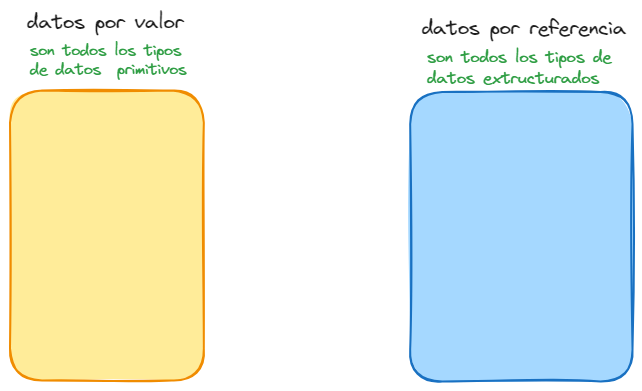
This is tipos_datos_estructurados/.excalidraw.png from MIGUEL12344/curso_python, a Excalidraw export, as it was before one commit. Source tidied: one line per element, renumbered; positions are measured from the earlier drawing's top-left corner, leaving out a move shared by most shapes.
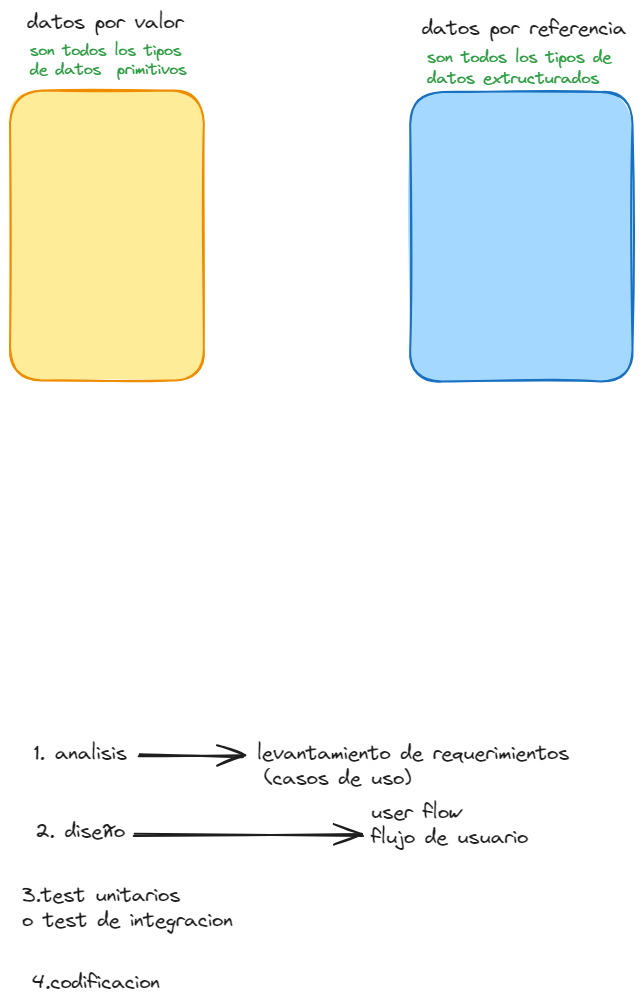
Above is the later version.

Change to the diagram source:
```diff
@@ -4,3 +4,10 @@
 {"id": 3, "type": "rectangle", "strokeColor": "#1971c2", "backgroundColor": "#a5d8ff", "fillStyle": "solid", "strokeWidth": 2, "roughness": 1, "round": true, "x": 400, "y": 82, "width": 222, "height": 289}
 {"id": 4, "type": "text", "text": "son todos los tipos \nde datos  primitivos", "strokeColor": "#2f9e44", "backgroundColor": "#a5d8ff", "fillStyle": "solid", "strokeWidth": 2, "roughness": 1, "fontSize": 15.84, "fontFamily": 1, "x": 20, "y": 31, "width": 160, "height": 40}
 {"id": 5, "type": "text", "text": "son todos los tipos de \ndatos extructurados", "strokeColor": "#2f9e44", "backgroundColor": "#a5d8ff", "fillStyle": "solid", "strokeWidth": 2, "roughness": 1, "fontSize": 16.46, "fontFamily": 1, "x": 417, "y": 38, "width": 192, "height": 41}
+{"id": 6, "type": "text", "text": "1. analisis             levantamiento de requerimientos\n                       (casos de uso)", "strokeColor": "#1e1e1e", "strokeWidth": 2, "roughness": 1, "fontSize": 20, "fontFamily": 1, "x": 24, "y": 731, "width": 535, "height": 50}
+{"id": 7, "type": "arrow", "strokeColor": "#1e1e1e", "strokeWidth": 2, "roughness": 1, "endArrowhead": "arrow", "round": true, "x": 129, "y": 745, "width": 105, "height": 1, "points": [[0, 0], [105, 1]]}
+{"id": 8, "type": "text", "text": "2. diseño\n", "strokeColor": "#1e1e1e", "strokeWidth": 2, "roughness": 1, "fontSize": 20, "fontFamily": 1, "x": 25, "y": 809, "width": 90, "height": 50}
+{"id": 9, "type": "text", "text": "3.test unitarios \no test de integracion\n", "strokeColor": "#1e1e1e", "strokeWidth": 2, "roughness": 1, "fontSize": 20, "fontFamily": 1, "x": 12, "y": 873, "width": 211, "height": 75}
+{"id": 10, "type": "text", "text": "user flow \nflujo de usuario", "strokeColor": "#1e1e1e", "strokeWidth": 2, "roughness": 1, "fontSize": 20, "fontFamily": 1, "x": 361, "y": 790, "width": 157, "height": 50}
+{"id": 11, "type": "arrow", "strokeColor": "#1e1e1e", "strokeWidth": 2, "roughness": 1, "endArrowhead": "arrow", "round": true, "from": 8, "to": 10, "x": 124, "y": 824, "width": 230, "height": 1, "points": [[0, 0], [230, 1]]}
+{"id": 12, "type": "text", "text": "4.codificacion", "strokeColor": "#1e1e1e", "strokeWidth": 2, "roughness": 1, "fontSize": 20, "fontFamily": 1, "x": 22, "y": 960, "width": 127, "height": 25}
```
